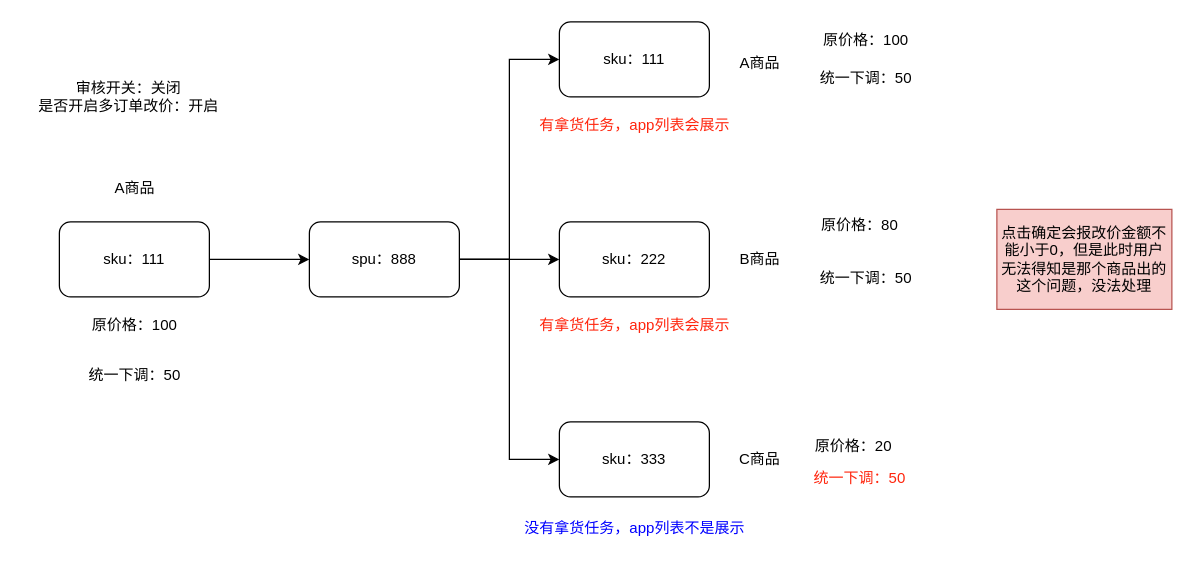
bian0814/draw.io keeps this draw.io diagram as 拿货改价.drawio. Above is the earlier version. Source tidied: cells renumbered, new cells numbered last; positions are measured from the earlier drawing's top-left corner, leaving out a move shared by most shapes. Both pictures are drawn from the tidied source at 125%, with x=0, y=0 at pixel (21, 21).
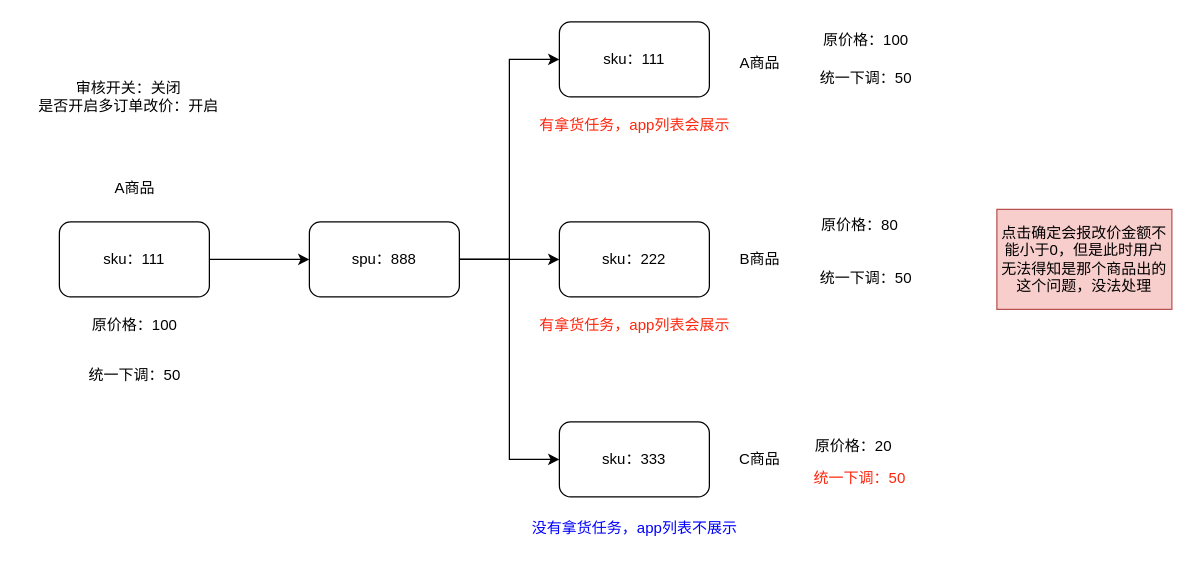
After the change.

Commit message:
更新拿货改价.drawio

The edit, as a diff of the source:
```diff
@@
-    <mxCell id="26" value="&lt;font color=&quot;#0000ff&quot;&gt;没有拿货任务，app列表不是展示&lt;/font&gt;" style="text;html=1;align=center;verticalAlign=middle;strokeColor=none;fillColor=none;" parent="1" vertex="1">
-      <mxGeometry x="390" y="390" width="200" height="30" as="geometry" />
+    <mxCell id="26" value="&lt;font color=&quot;#0000ff&quot;&gt;没有拿货任务，app列表不展示&lt;/font&gt;" style="text;html=1;align=center;verticalAlign=middle;strokeColor=none;fillColor=none;" parent="1" vertex="1">
+      <mxGeometry x="395" y="390" width="190" height="30" as="geometry" />
     </mxCell>
```
